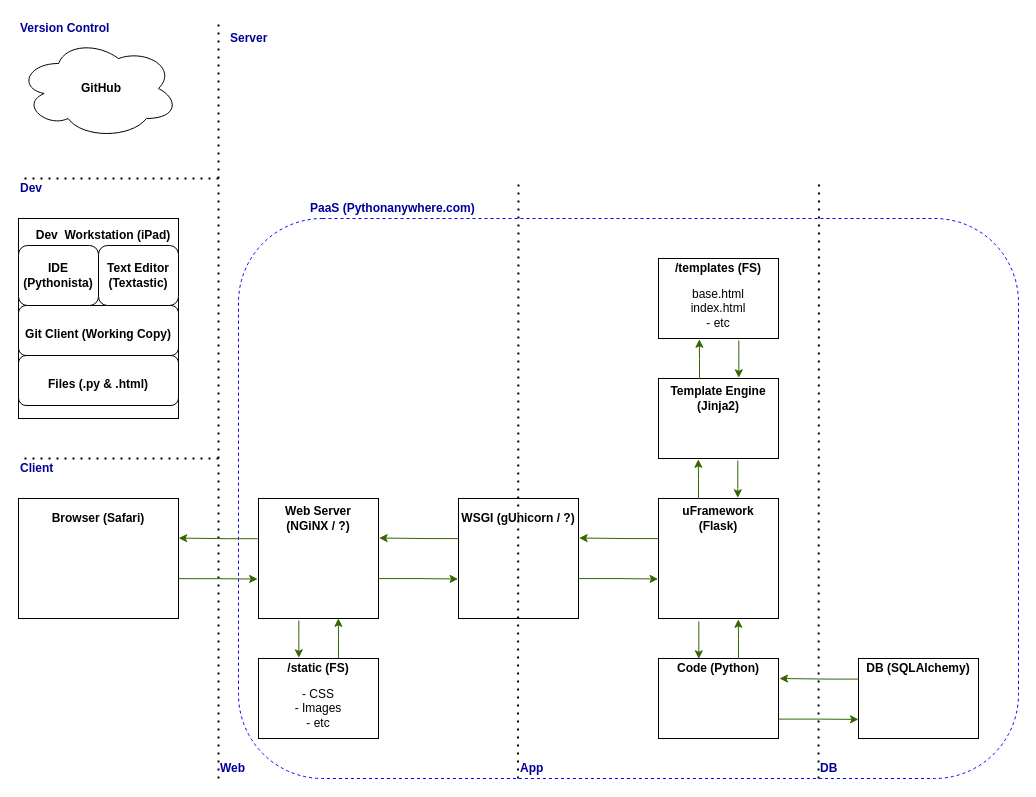
The draw.io diagram Web Flow.drawio in tsnellgrove/draw.io, before the edit. Source tidied: cells renumbered, new cells numbered last; positions are measured from the earlier drawing's top-left corner, leaving out a move shared by most shapes. Both pictures are drawn from the tidied source at 100%, with x=0, y=0 at pixel (18, 18).
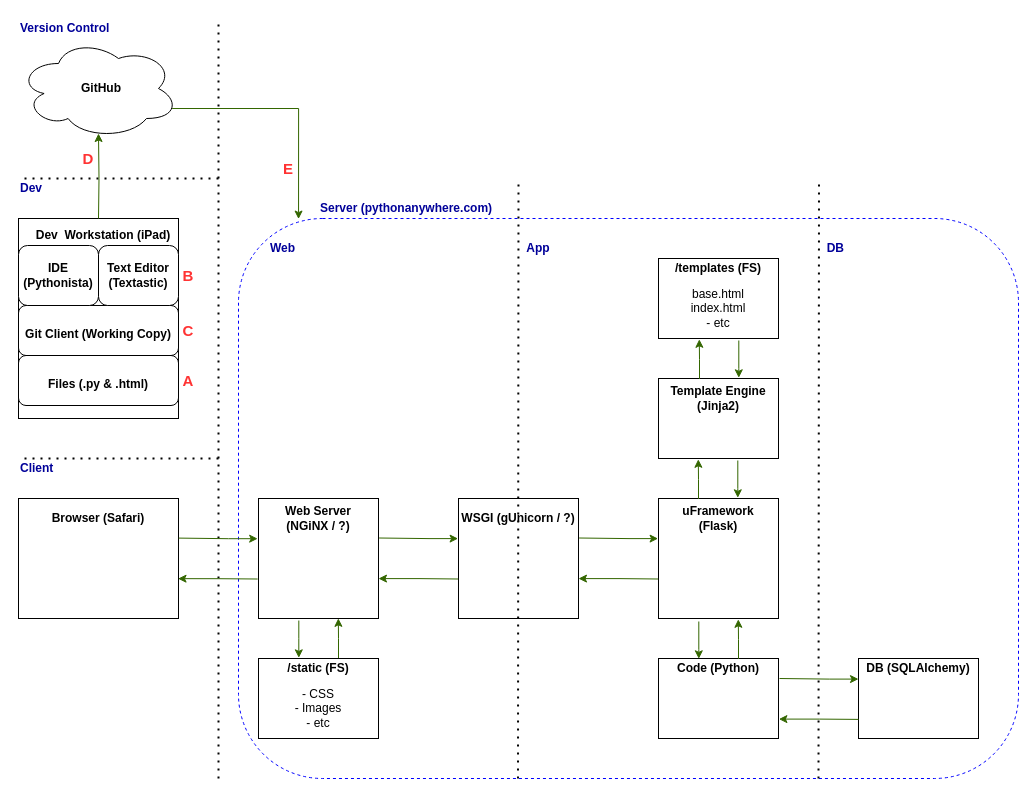
The same diagram, later.

Unchanged cells that the change refers to:
```xml
<mxCell id="2" style="rounded=1;whiteSpace=wrap;html=1;fillColor=none;dashed=1;strokeColor=#0000FF;" parent="1" vertex="1">
  <mxGeometry x="220" y="200" width="780" height="560" as="geometry" />
</mxCell>
<mxCell id="6" style="rounded=0;whiteSpace=wrap;html=1;" parent="1" vertex="1">
  <mxGeometry y="480" width="160" height="120" as="geometry" />
</mxCell>
<mxCell id="17" style="ellipse;shape=cloud;whiteSpace=wrap;html=1;" parent="1" vertex="1">
  <mxGeometry y="20" width="160" height="100" as="geometry" />
</mxCell>
<mxCell id="29" style="rounded=0;whiteSpace=wrap;html=1;" parent="1" vertex="1">
  <mxGeometry x="240" y="480" width="120" height="120" as="geometry" />
</mxCell>
```

The edit, as a diff of the source:
```diff
@@
-    <mxCell id="5" style="edgeStyle=orthogonalEdgeStyle;rounded=0;jettySize=auto;html=1;exitX=0.997;exitY=0.668;exitDx=0;exitDy=0;entryX=-0.007;entryY=0.671;entryDx=0;entryDy=0;exitPerimeter=0;entryPerimeter=0;strokeColor=#336600;" parent="1" edge="1" source="6" target="29">
+    <mxCell id="5" style="edgeStyle=orthogonalEdgeStyle;rounded=0;jettySize=auto;html=1;exitX=0.997;exitY=0.668;exitDx=0;exitDy=0;entryX=-0.007;entryY=0.671;entryDx=0;entryDy=0;exitPerimeter=0;entryPerimeter=0;strokeColor=#336600;startArrow=classic;startFill=1;endArrow=none;endFill=0;" parent="1" edge="1" source="6" target="29">
       <mxGeometry relative="1" as="geometry">
         <Array as="points">
           <mxPoint x="200" y="560" />
         </Array>
       </mxGeometry>
     </mxCell>
@@
-    <mxCell id="24" value="PaaS (Pythonanywhere.com)" style="text;html=1;strokeColor=none;fillColor=none;align=left;verticalAlign=middle;whiteSpace=wrap;rounded=0;fontStyle=1;fontColor=#000099;" parent="1" vertex="1">
-      <mxGeometry x="290" y="180" width="190" height="20" as="geometry" />
-    </mxCell>
-    <mxCell id="25" value="Server" style="text;html=1;strokeColor=none;fillColor=none;align=left;verticalAlign=middle;whiteSpace=wrap;rounded=0;fontStyle=1;fontColor=#000099;" parent="1" vertex="1">
-      <mxGeometry x="210" y="10" width="120" height="20" as="geometry" />
+    <mxCell id="25" value="Server (pythonanywhere.com)" style="text;html=1;strokeColor=none;fillColor=none;align=left;verticalAlign=middle;whiteSpace=wrap;rounded=0;fontStyle=1;fontColor=#000099;" parent="1" vertex="1">
+      <mxGeometry x="300" y="180" width="270" height="20" as="geometry" />
     </mxCell>
@@
     <mxCell id="36" value="Web" style="text;html=1;strokeColor=none;fillColor=none;align=left;verticalAlign=middle;whiteSpace=wrap;rounded=0;fontStyle=1;fontColor=#000099;" parent="1" vertex="1">
-      <mxGeometry x="200" y="740" width="120" height="20" as="geometry" />
+      <mxGeometry x="250" y="220" width="120" height="20" as="geometry" />
     </mxCell>
@@
-    <mxCell id="47" value="DB" style="text;html=1;strokeColor=none;fillColor=none;align=left;verticalAlign=middle;whiteSpace=wrap;rounded=0;fontStyle=1;fontColor=#000099;" parent="1" vertex="1">
-      <mxGeometry x="800" y="740" width="120" height="20" as="geometry" />
+    <mxCell id="47" value="&amp;nbsp; DB" style="text;html=1;strokeColor=none;fillColor=none;align=left;verticalAlign=middle;whiteSpace=wrap;rounded=0;fontStyle=1;fontColor=#000099;" parent="1" vertex="1">
+      <mxGeometry x="800" y="220" width="120" height="20" as="geometry" />
     </mxCell>
-    <mxCell id="48" value="App" style="text;html=1;strokeColor=none;fillColor=none;align=left;verticalAlign=middle;whiteSpace=wrap;rounded=0;fontStyle=1;fontColor=#000099;" parent="1" vertex="1">
-      <mxGeometry x="500" y="740" width="120" height="20" as="geometry" />
+    <mxCell id="48" value="&amp;nbsp; App" style="text;html=1;strokeColor=none;fillColor=none;align=left;verticalAlign=middle;whiteSpace=wrap;rounded=0;fontStyle=1;fontColor=#000099;" parent="1" vertex="1">
+      <mxGeometry x="500" y="220" width="120" height="20" as="geometry" />
     </mxCell>
-    <mxCell id="49" style="edgeStyle=orthogonalEdgeStyle;rounded=0;jettySize=auto;html=1;exitX=-0.007;exitY=0.335;exitDx=0;exitDy=0;exitPerimeter=0;entryX=1.001;entryY=0.33;entryDx=0;entryDy=0;entryPerimeter=0;strokeColor=#336600;" parent="1" edge="1" source="29" target="6">
+    <mxCell id="49" style="edgeStyle=orthogonalEdgeStyle;rounded=0;jettySize=auto;html=1;exitX=-0.007;exitY=0.335;exitDx=0;exitDy=0;exitPerimeter=0;entryX=1.001;entryY=0.33;entryDx=0;entryDy=0;entryPerimeter=0;strokeColor=#336600;startArrow=classic;startFill=1;endArrow=none;endFill=0;" parent="1" edge="1" source="29" target="6">
       <mxGeometry relative="1" as="geometry">
         <Array as="points">
           <mxPoint x="210" y="520" />
         </Array>
       </mxGeometry>
     </mxCell>
-    <mxCell id="50" style="edgeStyle=orthogonalEdgeStyle;rounded=0;orthogonalLoop=1;jettySize=auto;html=1;exitX=0.997;exitY=0.668;exitDx=0;exitDy=0;entryX=-0.007;entryY=0.671;entryDx=0;entryDy=0;exitPerimeter=0;entryPerimeter=0;strokeColor=#336600;" parent="1" edge="1">
+    <mxCell id="50" style="edgeStyle=orthogonalEdgeStyle;rounded=0;orthogonalLoop=1;jettySize=auto;html=1;exitX=0.997;exitY=0.668;exitDx=0;exitDy=0;entryX=-0.007;entryY=0.671;entryDx=0;entryDy=0;exitPerimeter=0;entryPerimeter=0;strokeColor=#336600;startArrow=classic;startFill=1;endArrow=none;endFill=0;" parent="1" edge="1">
       <mxGeometry relative="1" as="geometry">
         <mxPoint x="360" y="560.1" as="sourcePoint" />
         <mxPoint x="439.6" y="560.5" as="targetPoint" />
         <Array as="points">
           <mxPoint x="400.5" y="559.9" />
         </Array>
       </mxGeometry>
     </mxCell>
-    <mxCell id="51" style="edgeStyle=orthogonalEdgeStyle;rounded=0;orthogonalLoop=1;jettySize=auto;html=1;exitX=-0.007;exitY=0.335;exitDx=0;exitDy=0;exitPerimeter=0;entryX=1.001;entryY=0.33;entryDx=0;entryDy=0;entryPerimeter=0;strokeColor=#336600;" parent="1" edge="1">
+    <mxCell id="51" style="edgeStyle=orthogonalEdgeStyle;rounded=0;orthogonalLoop=1;jettySize=auto;html=1;exitX=-0.007;exitY=0.335;exitDx=0;exitDy=0;exitPerimeter=0;entryX=1.001;entryY=0.33;entryDx=0;entryDy=0;entryPerimeter=0;strokeColor=#336600;startArrow=classic;startFill=1;endArrow=none;endFill=0;" parent="1" edge="1">
       <mxGeometry relative="1" as="geometry">
         <mxPoint x="439.6" y="520.1" as="sourcePoint" />
         <mxPoint x="360.6" y="519.5" as="targetPoint" />
         <Array as="points">
           <mxPoint x="410.5" y="519.9" />
         </Array>
       </mxGeometry>
     </mxCell>
-    <mxCell id="52" style="edgeStyle=orthogonalEdgeStyle;rounded=0;orthogonalLoop=1;jettySize=auto;html=1;exitX=0.997;exitY=0.668;exitDx=0;exitDy=0;entryX=-0.007;entryY=0.671;entryDx=0;entryDy=0;exitPerimeter=0;entryPerimeter=0;strokeColor=#336600;" parent="1" edge="1">
+    <mxCell id="52" style="edgeStyle=orthogonalEdgeStyle;rounded=0;orthogonalLoop=1;jettySize=auto;html=1;exitX=0.997;exitY=0.668;exitDx=0;exitDy=0;entryX=-0.007;entryY=0.671;entryDx=0;entryDy=0;exitPerimeter=0;entryPerimeter=0;strokeColor=#336600;startArrow=classic;startFill=1;endArrow=none;endFill=0;" parent="1" edge="1">
       <mxGeometry relative="1" as="geometry">
         <mxPoint x="560" y="560.1" as="sourcePoint" />
         <mxPoint x="639.6" y="560.5" as="targetPoint" />
         <Array as="points">
           <mxPoint x="600.5" y="559.9" />
         </Array>
       </mxGeometry>
     </mxCell>
-    <mxCell id="53" style="edgeStyle=orthogonalEdgeStyle;rounded=0;orthogonalLoop=1;jettySize=auto;html=1;exitX=-0.007;exitY=0.335;exitDx=0;exitDy=0;exitPerimeter=0;entryX=1.001;entryY=0.33;entryDx=0;entryDy=0;entryPerimeter=0;strokeColor=#336600;" parent="1" edge="1">
+    <mxCell id="53" style="edgeStyle=orthogonalEdgeStyle;rounded=0;orthogonalLoop=1;jettySize=auto;html=1;exitX=-0.007;exitY=0.335;exitDx=0;exitDy=0;exitPerimeter=0;entryX=1.001;entryY=0.33;entryDx=0;entryDy=0;entryPerimeter=0;strokeColor=#336600;startArrow=classic;startFill=1;endArrow=none;endFill=0;" parent="1" edge="1">
       <mxGeometry relative="1" as="geometry">
         <mxPoint x="639.6" y="520.1" as="sourcePoint" />
         <mxPoint x="560.6" y="519.5" as="targetPoint" />
         <Array as="points">
           <mxPoint x="610.5" y="519.9" />
         </Array>
       </mxGeometry>
     </mxCell>
-    <mxCell id="54" style="edgeStyle=orthogonalEdgeStyle;rounded=0;orthogonalLoop=1;jettySize=auto;html=1;exitX=0.997;exitY=0.668;exitDx=0;exitDy=0;entryX=-0.007;entryY=0.671;entryDx=0;entryDy=0;exitPerimeter=0;entryPerimeter=0;strokeColor=#336600;" parent="1" edge="1">
+    <mxCell id="54" style="edgeStyle=orthogonalEdgeStyle;rounded=0;orthogonalLoop=1;jettySize=auto;html=1;exitX=0.997;exitY=0.668;exitDx=0;exitDy=0;entryX=-0.007;entryY=0.671;entryDx=0;entryDy=0;exitPerimeter=0;entryPerimeter=0;strokeColor=#336600;startArrow=classic;startFill=1;endArrow=none;endFill=0;" parent="1" edge="1">
       <mxGeometry relative="1" as="geometry">
         <mxPoint x="760.4" y="700.6" as="sourcePoint" />
         <mxPoint x="840" y="700.9" as="targetPoint" />
         <Array as="points">
           <mxPoint x="800.8" y="700.4" />
         </Array>
       </mxGeometry>
     </mxCell>
-    <mxCell id="55" style="edgeStyle=orthogonalEdgeStyle;rounded=0;orthogonalLoop=1;jettySize=auto;html=1;exitX=-0.007;exitY=0.335;exitDx=0;exitDy=0;exitPerimeter=0;entryX=1.001;entryY=0.33;entryDx=0;entryDy=0;entryPerimeter=0;strokeColor=#336600;" parent="1" edge="1">
+    <mxCell id="55" style="edgeStyle=orthogonalEdgeStyle;rounded=0;orthogonalLoop=1;jettySize=auto;html=1;exitX=-0.007;exitY=0.335;exitDx=0;exitDy=0;exitPerimeter=0;entryX=1.001;entryY=0.33;entryDx=0;entryDy=0;entryPerimeter=0;strokeColor=#336600;startArrow=classic;startFill=1;endArrow=none;endFill=0;" parent="1" edge="1">
       <mxGeometry relative="1" as="geometry">
         <mxPoint x="840" y="660.6" as="sourcePoint" />
         <mxPoint x="761" y="660" as="targetPoint" />
         <Array as="points">
           <mxPoint x="810.8" y="660.4" />
         </Array>
       </mxGeometry>
     </mxCell>
@@
+    <mxCell id="64" style="edgeStyle=orthogonalEdgeStyle;rounded=0;jettySize=auto;html=1;strokeColor=#336600;entryX=0.5;entryY=0.95;entryDx=0;entryDy=0;entryPerimeter=0;" parent="1" edge="1" target="17">
+      <mxGeometry relative="1" as="geometry">
+        <mxPoint x="80" y="200" as="sourcePoint" />
+      </mxGeometry>
+    </mxCell>
+    <mxCell id="65" style="edgeStyle=orthogonalEdgeStyle;rounded=0;jettySize=auto;html=1;strokeColor=#336600;exitX=0.96;exitY=0.7;exitDx=0;exitDy=0;exitPerimeter=0;entryX=0.077;entryY=0.001;entryDx=0;entryDy=0;entryPerimeter=0;" parent="1" edge="1" source="17" target="2">
+      <mxGeometry relative="1" as="geometry" />
+    </mxCell>
+    <mxCell id="66" value="A" style="text;html=1;strokeColor=none;fillColor=none;align=center;verticalAlign=middle;whiteSpace=wrap;rounded=0;fontSize=15;fontColor=#FF3333;fontStyle=1;" parent="1" vertex="1">
+      <mxGeometry x="150" y="352" width="40" height="20" as="geometry" />
+    </mxCell>
+    <mxCell id="67" value="B" style="text;html=1;strokeColor=none;fillColor=none;align=center;verticalAlign=middle;whiteSpace=wrap;rounded=0;fontSize=15;fontColor=#FF3333;fontStyle=1;" parent="1" vertex="1">
+      <mxGeometry x="150" y="247" width="40" height="20" as="geometry" />
+    </mxCell>
+    <mxCell id="68" value="C" style="text;html=1;strokeColor=none;fillColor=none;align=center;verticalAlign=middle;whiteSpace=wrap;rounded=0;fontSize=15;fontColor=#FF3333;fontStyle=1;" parent="1" vertex="1">
+      <mxGeometry x="150" y="302" width="40" height="20" as="geometry" />
+    </mxCell>
+    <mxCell id="69" value="D" style="text;html=1;strokeColor=none;fillColor=none;align=center;verticalAlign=middle;whiteSpace=wrap;rounded=0;fontSize=15;fontColor=#FF3333;fontStyle=1;" parent="1" vertex="1">
+      <mxGeometry x="50" y="130" width="40" height="20" as="geometry" />
+    </mxCell>
+    <mxCell id="70" value="E" style="text;html=1;strokeColor=none;fillColor=none;align=center;verticalAlign=middle;whiteSpace=wrap;rounded=0;fontSize=15;fontColor=#FF3333;fontStyle=1;" parent="1" vertex="1">
+      <mxGeometry x="250" y="140" width="40" height="20" as="geometry" />
+    </mxCell>
```
